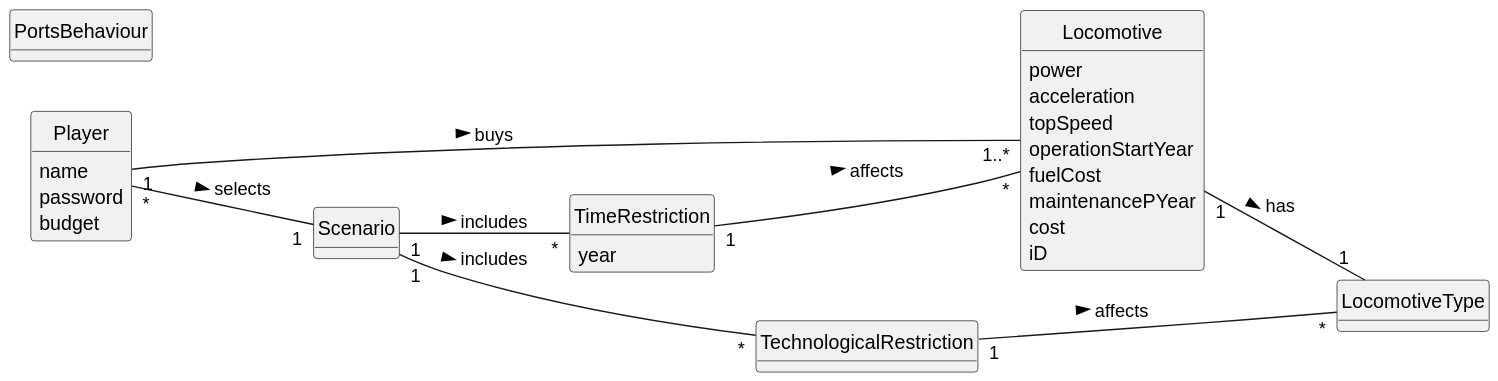
Earlier version of the PlantUML export Sprint2/US009/02.analysis/svg/US009-DM.svg (1240935/pi2-railway-simulator).
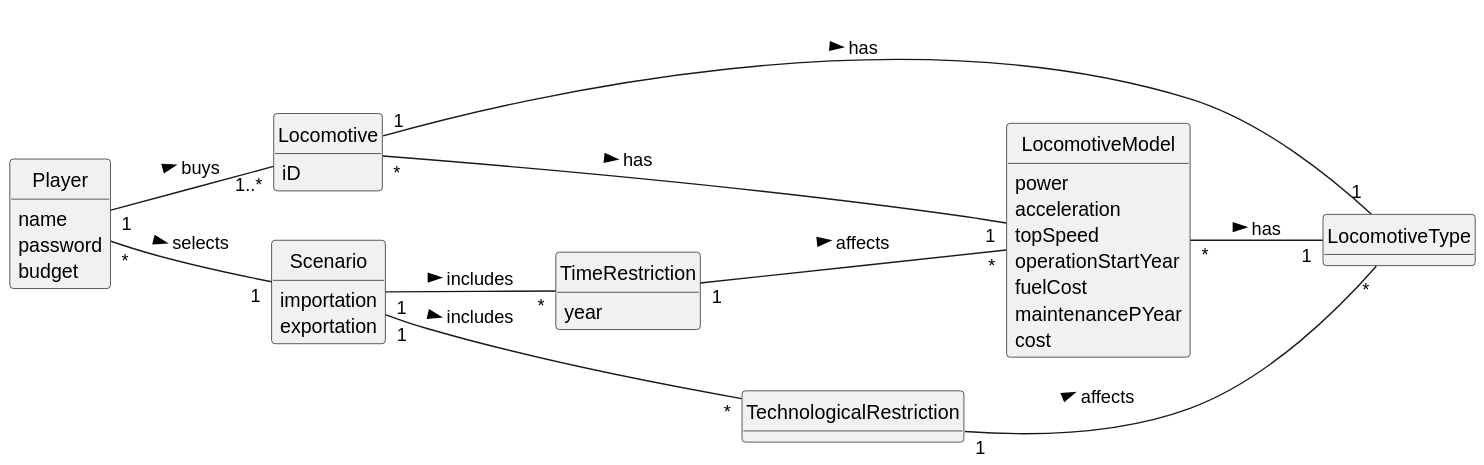
After the change.

The edit, as a diff of the source:
```diff
@@ -9,6 +9,10 @@
 left to right direction
 
 class Locomotive {
+    iD
+}
+
+class LocomotiveModel{
     power
     acceleration
     topSpeed
@@ -16,7 +20,6 @@
     fuelCost
     maintenancePYear
     cost
-    iD
 }
 
 class LocomotiveType{
@@ -30,6 +33,8 @@
 
 
 class Scenario {
+    importation
+    exportation
 }
 
 class TimeRestriction{
@@ -39,15 +44,13 @@
 class TechnologicalRestriction{
 }
 
-class PortsBehaviour{
-}
-
-
 Player "*" -- "1" Scenario : selects >
 Player "1" -- "1..*" Locomotive: buys  >
 Locomotive "1" -- "1" LocomotiveType: has >
 Scenario "1" -- "*" TechnologicalRestriction: includes >
 Scenario "1" -- "*" TimeRestriction: includes >
-TimeRestriction "1" -- "*" Locomotive: affects >
+TimeRestriction "1" -- "*" LocomotiveModel: affects >
 TechnologicalRestriction "1" -- "*" LocomotiveType: affects >
+Locomotive "*" -- "1" LocomotiveModel: has >
+LocomotiveModel "*" -- "1" LocomotiveType: has >
 @enduml
```
